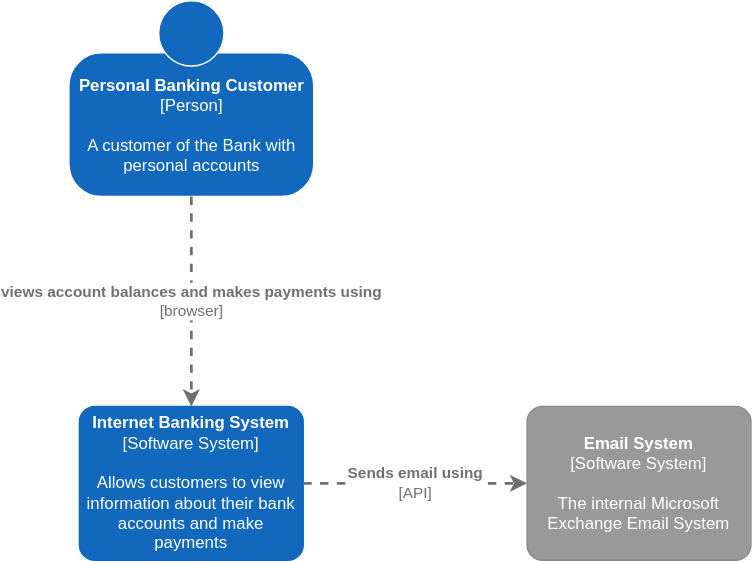
sanjeev2981/drawio keeps this draw.io diagram as diagrams/sample1.drawio.svg. Above is the earlier version. Source tidied: cells renumbered, new cells last; positions are measured from the earlier drawing's top-left corner, leaving out a move shared by most shapes.
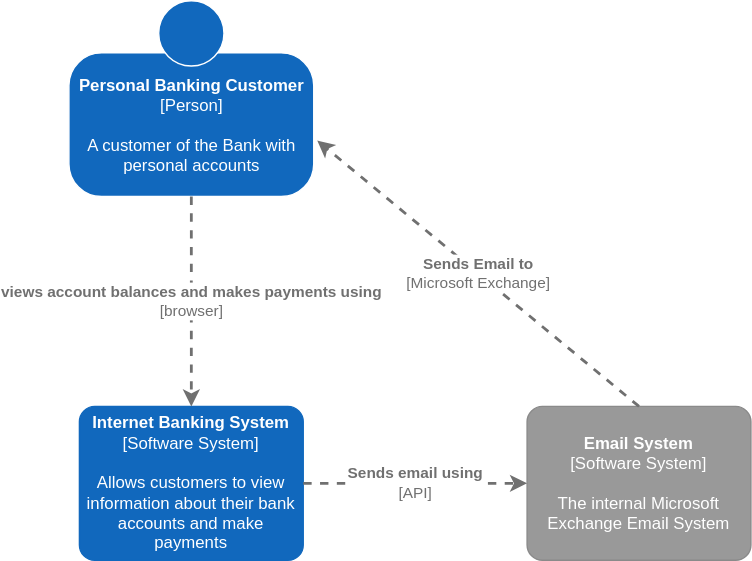
After the commit.

Commit message:
added relationship from email system to person

The edit, as a diff of the source:
```diff
@@ -29,5 +29,12 @@
         </mxGeometry>
       </mxCell>
     </object>
+    <object id="7" label="&lt;div style=&quot;text-align: left&quot;&gt;&lt;div style=&quot;text-align: center&quot;&gt;&lt;b&gt;%c4Description%&lt;/b&gt;&lt;/div&gt;&lt;div style=&quot;text-align: center&quot;&gt;[%c4Technology%]&lt;/div&gt;&lt;/div&gt;" c4Description="Sends Email to" c4Technology="Microsoft Exchange" c4Type="Relationship" placeholders="1">
+      <mxCell style="edgeStyle=none;rounded=0;html=1;jettySize=auto;strokeColor=#707070;strokeWidth=2;fontColor=#707070;jumpStyle=none;dashed=1;metaData={&quot;c4Type&quot;:{&quot;editable&quot;:false}};exitX=0.5;exitY=0;exitDx=0;exitDy=0;exitPerimeter=0;" parent="1" edge="1" source="4">
+        <mxGeometry relative="1" as="geometry">
+          <mxPoint x="178" y="100" as="targetPoint" />
+        </mxGeometry>
+      </mxCell>
+    </object>
   </root>
 </mxGraphModel>
```
